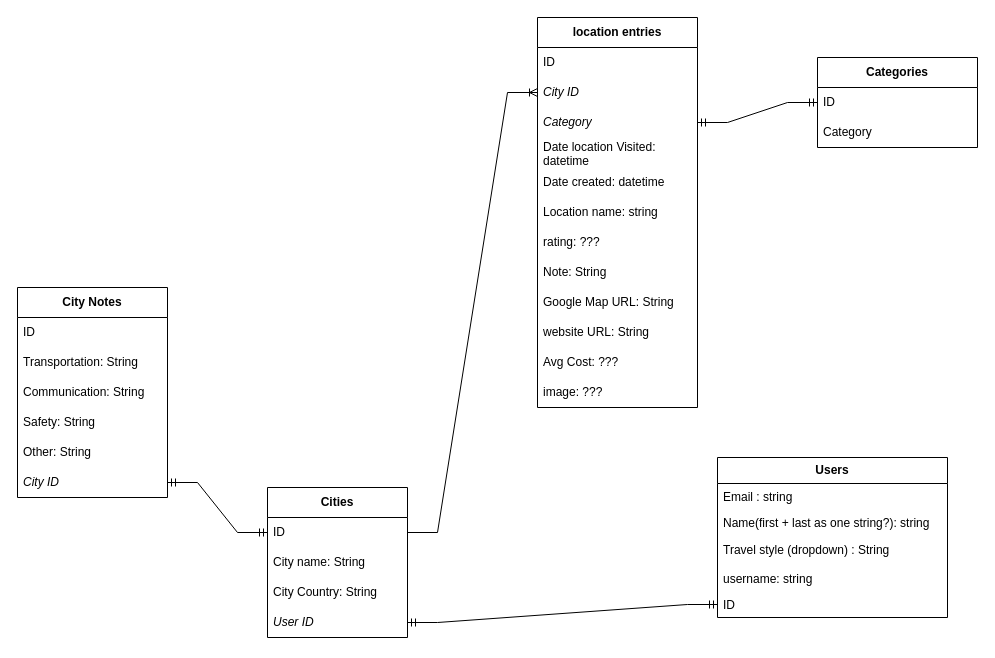
Earlier version of the draw.io diagram Untitled Diagram.drawio (jordandc20/Vicariously_DJordan-capstone). Source tidied: cells renumbered, new cells numbered last; positions are measured from the earlier drawing's top-left corner, leaving out a move shared by most shapes. Both pictures are drawn from the tidied source at 100%, with x=0, y=0 at pixel (17, 17).
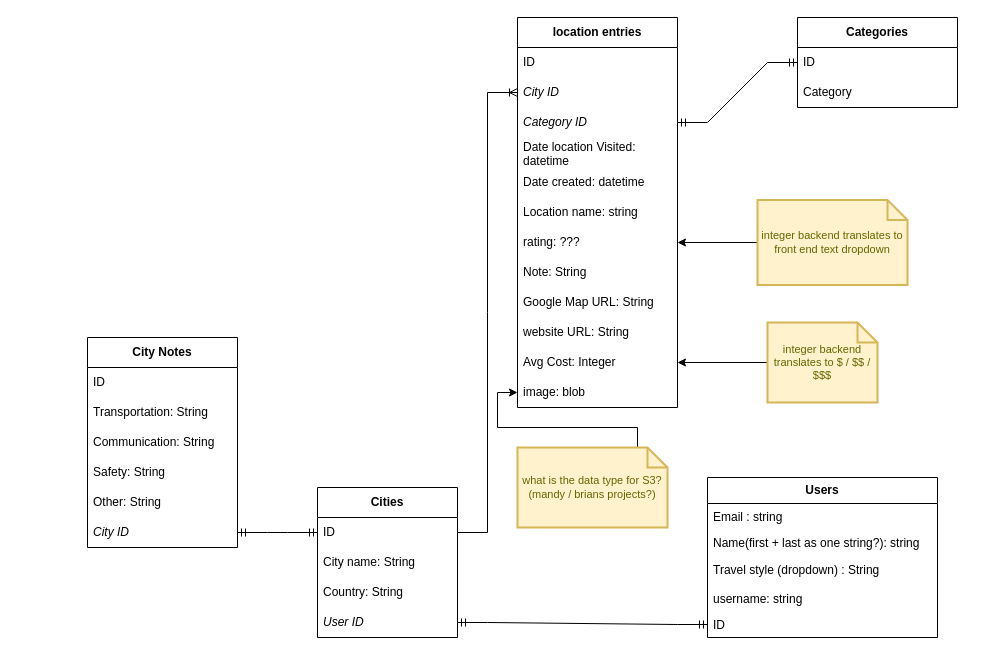
Above is the later version.

The change refers to these unchanged cells:
```xml
<mxCell id="14" value="rating: ???" style="text;strokeColor=none;fillColor=none;align=left;verticalAlign=middle;spacingLeft=4;spacingRight=4;overflow=hidden;points=[[0,0.5],[1,0.5]];portConstraint=eastwest;whiteSpace=wrap;html=1;" parent="7" vertex="1">
  <mxGeometry y="210" width="160" height="30" as="geometry" />
</mxCell>
```

Diff of the diagram source:
```diff
@@
     <mxCell id="2" value="Cities" style="swimlane;fontStyle=1;horizontal=1;startSize=30;whiteSpace=wrap;html=1;" parent="1" vertex="1">
-      <mxGeometry x="250" y="470" width="140" height="150" as="geometry" />
+      <mxGeometry x="300" y="470" width="140" height="150" as="geometry" />
     </mxCell>
@@
-    <mxCell id="5" value="City Country: String" style="text;strokeColor=none;fillColor=none;align=left;verticalAlign=middle;spacingLeft=4;spacingRight=4;overflow=hidden;whiteSpace=wrap;html=1;" parent="2" vertex="1">
+    <mxCell id="5" value="Country: String" style="text;strokeColor=none;fillColor=none;align=left;verticalAlign=middle;spacingLeft=4;spacingRight=4;overflow=hidden;whiteSpace=wrap;html=1;" parent="2" vertex="1">
       <mxGeometry y="90" width="140" height="30" as="geometry" />
     </mxCell>
@@
     <mxCell id="7" value="location entries" style="swimlane;fontStyle=1;horizontal=1;startSize=30;whiteSpace=wrap;html=1;" parent="1" vertex="1">
-      <mxGeometry x="520" width="160" height="390" as="geometry" />
+      <mxGeometry x="500" width="160" height="390" as="geometry" />
     </mxCell>
@@
-    <mxCell id="10" value="Category" style="text;strokeColor=none;fillColor=none;align=left;verticalAlign=middle;spacingLeft=4;spacingRight=4;overflow=hidden;points=[[0,0.5],[1,0.5]];portConstraint=eastwest;whiteSpace=wrap;html=1;fontStyle=2;" parent="7" vertex="1">
+    <mxCell id="10" value="Category ID" style="text;strokeColor=none;fillColor=none;align=left;verticalAlign=middle;spacingLeft=4;spacingRight=4;overflow=hidden;points=[[0,0.5],[1,0.5]];portConstraint=eastwest;whiteSpace=wrap;html=1;fontStyle=2;" parent="7" vertex="1">
       <mxGeometry y="90" width="160" height="30" as="geometry" />
     </mxCell>
@@
-    <mxCell id="18" value="Avg Cost: ???" style="text;strokeColor=none;fillColor=none;align=left;verticalAlign=middle;spacingLeft=4;spacingRight=4;overflow=hidden;points=[[0,0.5],[1,0.5]];portConstraint=eastwest;whiteSpace=wrap;html=1;" parent="7" vertex="1">
+    <mxCell id="18" value="Avg Cost: Integer" style="text;strokeColor=none;fillColor=none;align=left;verticalAlign=middle;spacingLeft=4;spacingRight=4;overflow=hidden;points=[[0,0.5],[1,0.5]];portConstraint=eastwest;whiteSpace=wrap;html=1;" parent="7" vertex="1">
       <mxGeometry y="330" width="160" height="30" as="geometry" />
     </mxCell>
-    <mxCell id="19" value="image: ???" style="text;strokeColor=none;fillColor=none;align=left;verticalAlign=middle;spacingLeft=4;spacingRight=4;overflow=hidden;points=[[0,0.5],[1,0.5]];portConstraint=eastwest;whiteSpace=wrap;html=1;" parent="7" vertex="1">
+    <mxCell id="19" value="image: blob" style="text;strokeColor=none;fillColor=none;align=left;verticalAlign=middle;spacingLeft=4;spacingRight=4;overflow=hidden;points=[[0,0.5],[1,0.5]];portConstraint=eastwest;whiteSpace=wrap;html=1;" parent="7" vertex="1">
       <mxGeometry y="360" width="160" height="30" as="geometry" />
     </mxCell>
     <mxCell id="20" value="&lt;b&gt;Categories&lt;/b&gt;" style="swimlane;fontStyle=0;horizontal=1;startSize=30;whiteSpace=wrap;html=1;" parent="1" vertex="1">
-      <mxGeometry x="800" y="40" width="160" height="90" as="geometry" />
+      <mxGeometry x="780" width="160" height="90" as="geometry" />
     </mxCell>
@@
     <mxCell id="23" value="Users" style="swimlane;fontStyle=1;horizontal=1;startSize=26;fillColor=none;whiteSpace=wrap;html=1;" parent="1" vertex="1">
-      <mxGeometry x="700" y="440" width="230" height="160" as="geometry" />
+      <mxGeometry x="690" y="460" width="230" height="160" as="geometry" />
     </mxCell>
@@
     <mxCell id="30" value="City Notes" style="swimlane;fontStyle=1;horizontal=1;startSize=30;whiteSpace=wrap;html=1;" parent="1" vertex="1">
-      <mxGeometry y="270" width="150" height="210" as="geometry" />
+      <mxGeometry x="70" y="320" width="150" height="210" as="geometry" />
     </mxCell>
@@
+    <mxCell id="40" style="edgeStyle=orthogonalEdgeStyle;rounded=0;jettySize=auto;html=1;exitX=0;exitY=0.5;exitDx=0;exitDy=0;exitPerimeter=0;" parent="1" edge="1" source="41" target="18">
+      <mxGeometry relative="1" as="geometry" />
+    </mxCell>
+    <mxCell id="41" value="integer backend translates to $ / $$ / $$$" style="shape=note;strokeWidth=2;fontSize=11;size=20;whiteSpace=wrap;html=1;fillColor=#fff2cc;strokeColor=#d6b656;fontColor=#666600;" parent="1" vertex="1">
+      <mxGeometry x="750" y="305" width="110" height="80" as="geometry" />
+    </mxCell>
+    <mxCell id="42" style="edgeStyle=orthogonalEdgeStyle;rounded=0;jettySize=auto;html=1;exitX=0;exitY=0.5;exitDx=0;exitDy=0;exitPerimeter=0;" parent="1" edge="1" source="43" target="14">
+      <mxGeometry relative="1" as="geometry" />
+    </mxCell>
+    <mxCell id="43" value="integer backend translates to front end text dropdown" style="shape=note;strokeWidth=2;fontSize=11;size=20;whiteSpace=wrap;html=1;fillColor=#fff2cc;strokeColor=#d6b656;fontColor=#666600;" parent="1" vertex="1">
+      <mxGeometry x="740" y="182.5" width="150" height="85" as="geometry" />
+    </mxCell>
+    <mxCell id="44" style="edgeStyle=orthogonalEdgeStyle;rounded=0;jettySize=auto;html=1;exitX=0;exitY=0;exitDx=120;exitDy=50;exitPerimeter=0;entryX=0;entryY=0.5;entryDx=0;entryDy=0;" parent="1" edge="1" source="45" target="19">
+      <mxGeometry relative="1" as="geometry" />
+    </mxCell>
+    <mxCell id="45" value="what is the data type for S3? (mandy / brians projects?)" style="shape=note;strokeWidth=2;fontSize=11;size=20;whiteSpace=wrap;html=1;fillColor=#fff2cc;strokeColor=#d6b656;fontColor=#666600;" parent="1" vertex="1">
+      <mxGeometry x="500" y="430" width="150" height="80" as="geometry" />
+    </mxCell>
```
